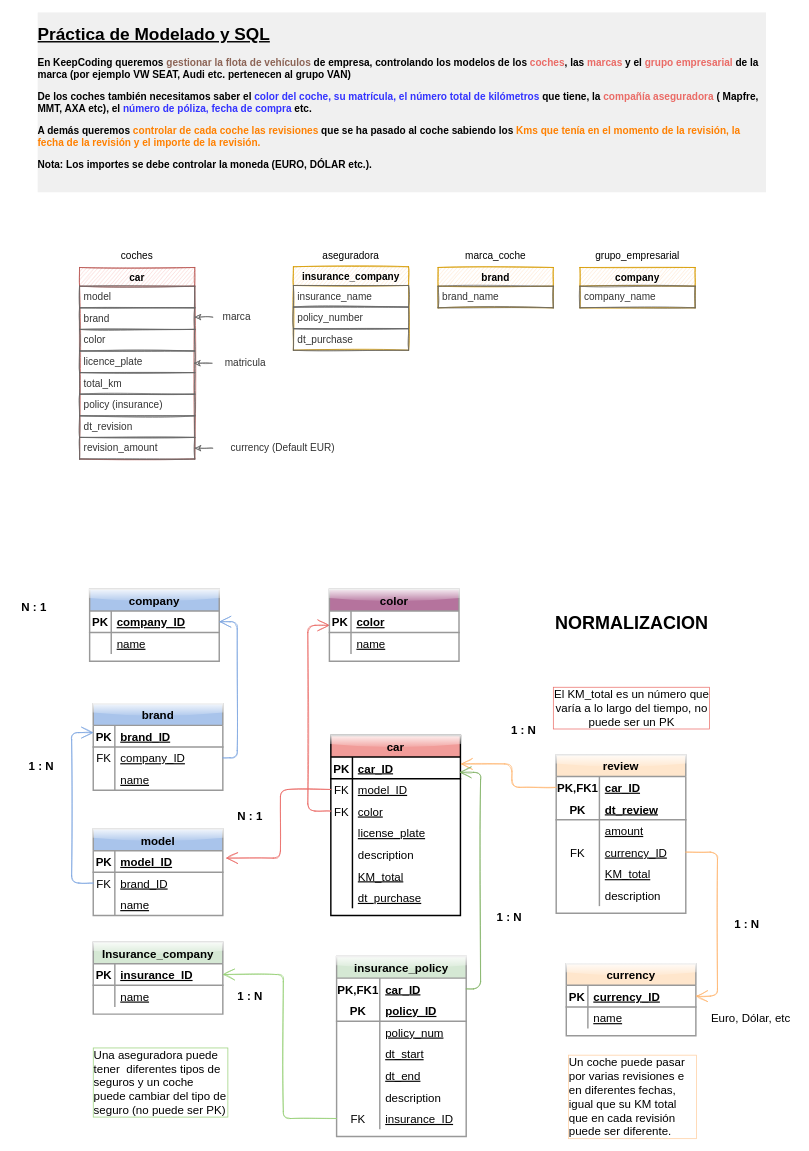
Above: page "ENTIDADES PRINCIPALES" (1 of 2) of Practica_RENATA_YUMI_NAMIE.drawio in Yumi-Namie/KC-practica-SQL (draw.io), before the change. Source tidied: cells renumbered, new cells numbered last; positions are measured from the earlier drawing's top-left corner, leaving out a move shared by most shapes. Both pictures are drawn from the tidied source at 72%, with x=0, y=0 at pixel (12, 19).
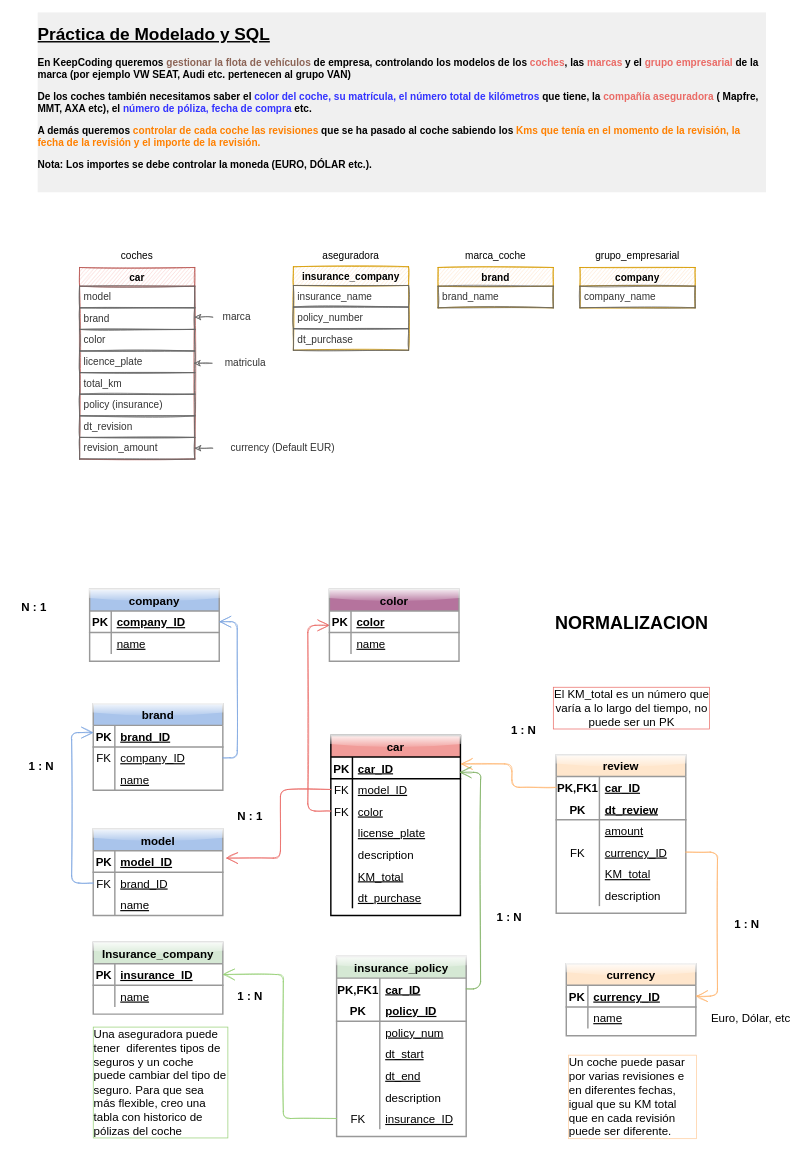
The same diagram, later.

Commit message:
archivo actualizado con las posibilidades de insurance

What changed in the source:
```diff
@@
-    <mxCell id="104" value="Una aseguradora puede tener&amp;nbsp; diferentes tipos de seguros y un coche puede cambiar del tipo de seguro (no puede ser PK)" style="text;html=1;strokeColor=none;fillColor=none;align=left;verticalAlign=middle;whiteSpace=wrap;rounded=0;shadow=0;glass=1;sketch=0;fillStyle=auto;strokeWidth=2;fontSize=16;fontColor=#000000;labelBorderColor=#97D077;" parent="1" vertex="1">
+    <mxCell id="104" value="Una aseguradora puede tener&amp;nbsp; diferentes tipos de seguros y un coche puede cambiar del tipo de seguro. Para que sea más flexible, creo una tabla con historico de pólizas del coche" style="text;html=1;strokeColor=none;fillColor=none;align=left;verticalAlign=middle;whiteSpace=wrap;rounded=0;shadow=0;glass=1;sketch=0;fillStyle=auto;strokeWidth=2;fontSize=16;fontColor=#000000;labelBorderColor=#97D077;" parent="1" vertex="1">
       <mxGeometry x="110" y="1411" width="190" height="130" as="geometry" />
     </mxCell>
```
